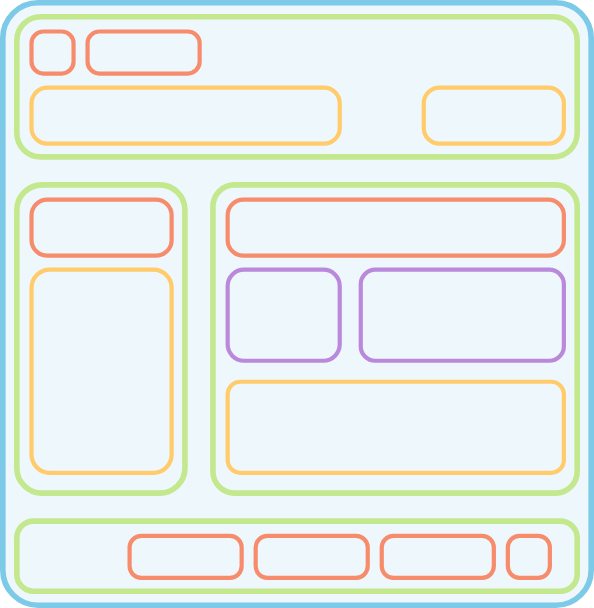
Earlier version of the draw.io export drawio/components_tree.drawio.svg (alfertev2014/holyjs-2026-autumn). Source tidied: cells renumbered, new cells last; positions are measured from the earlier drawing's top-left corner, leaving out a move shared by most shapes.
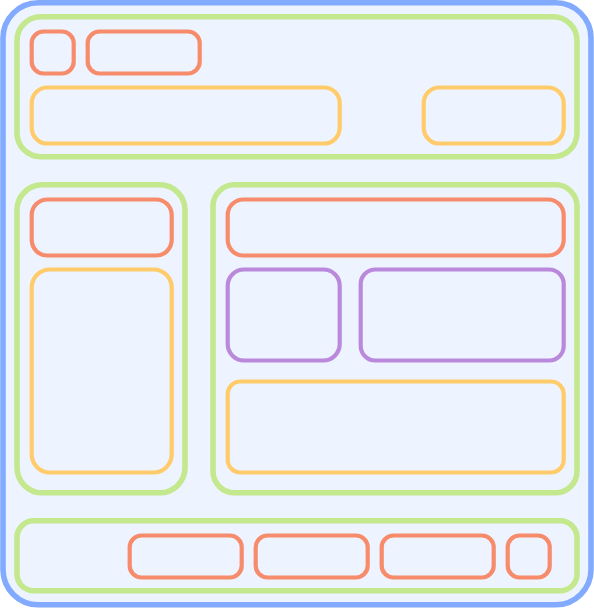
Above is the later version.

Change to the diagram source:
```diff
@@ -2,7 +2,7 @@
   <root>
     <mxCell id="0" />
     <mxCell id="1" parent="0" />
-    <mxCell id="2" style="rounded=1;whiteSpace=wrap;html=1;roundedPerimeter=1;strokeWidth=4;strokeColor=light-dark(#7DC9E8,#7DC9E8);arcSize=6;fillColor=#7DC9E822;" parent="1" vertex="1">
+    <mxCell id="2" style="rounded=1;whiteSpace=wrap;html=1;roundedPerimeter=1;strokeWidth=4;strokeColor=light-dark(#82AAFF,#82AAFF);arcSize=6;fillColor=light-dark(#82AAFF22,#82AAFF22);" parent="1" vertex="1">
       <mxGeometry width="420" height="430" as="geometry" />
     </mxCell>
     <mxCell id="3" style="rounded=1;whiteSpace=wrap;html=1;roundedPerimeter=1;strokeWidth=4;strokeColor=light-dark(#C3E88D,#C3E88D);arcSize=17;fillColor=none;" parent="1" vertex="1">
```
